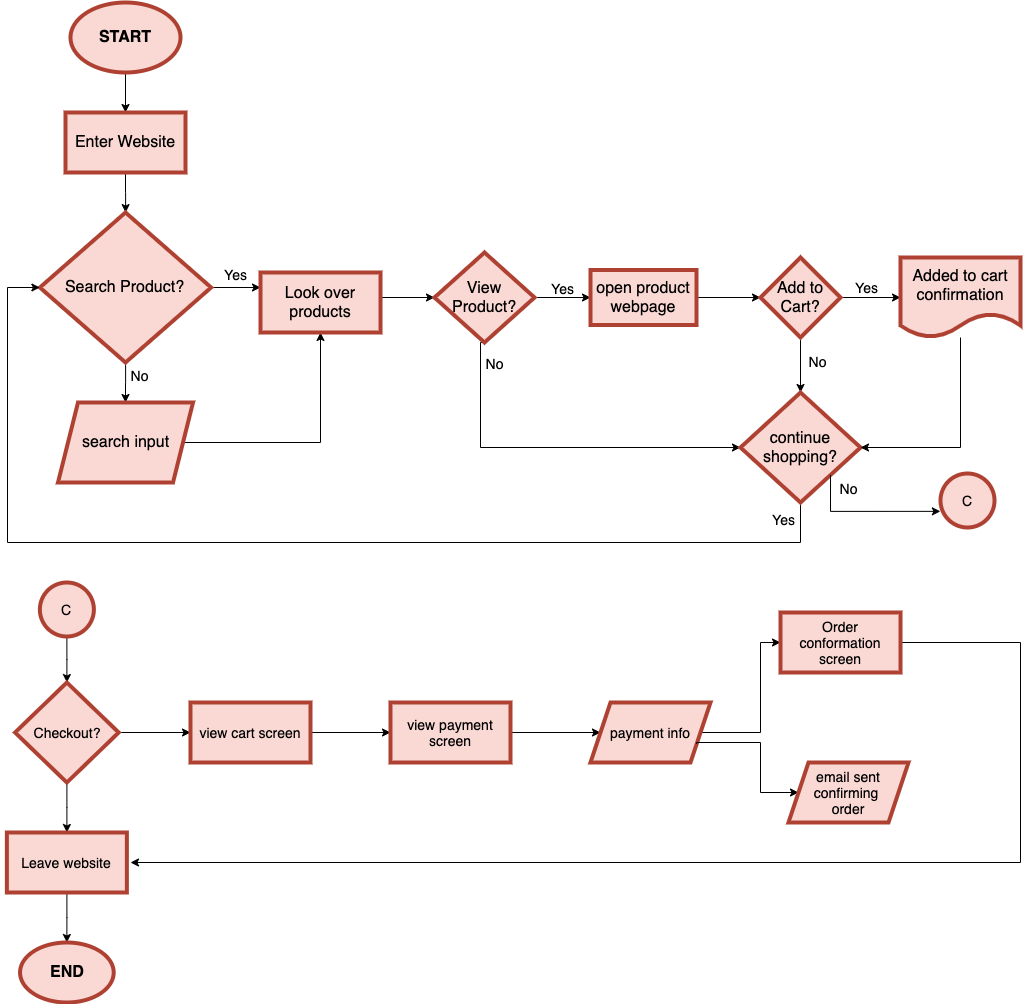
Earlier version of the draw.io export part2/part2.drawio.png (Vishaal1301/wi21-cse110-lab4). Source tidied: cells renumbered, new cells last; positions are measured from the earlier drawing's top-left corner, leaving out a move shared by most shapes.
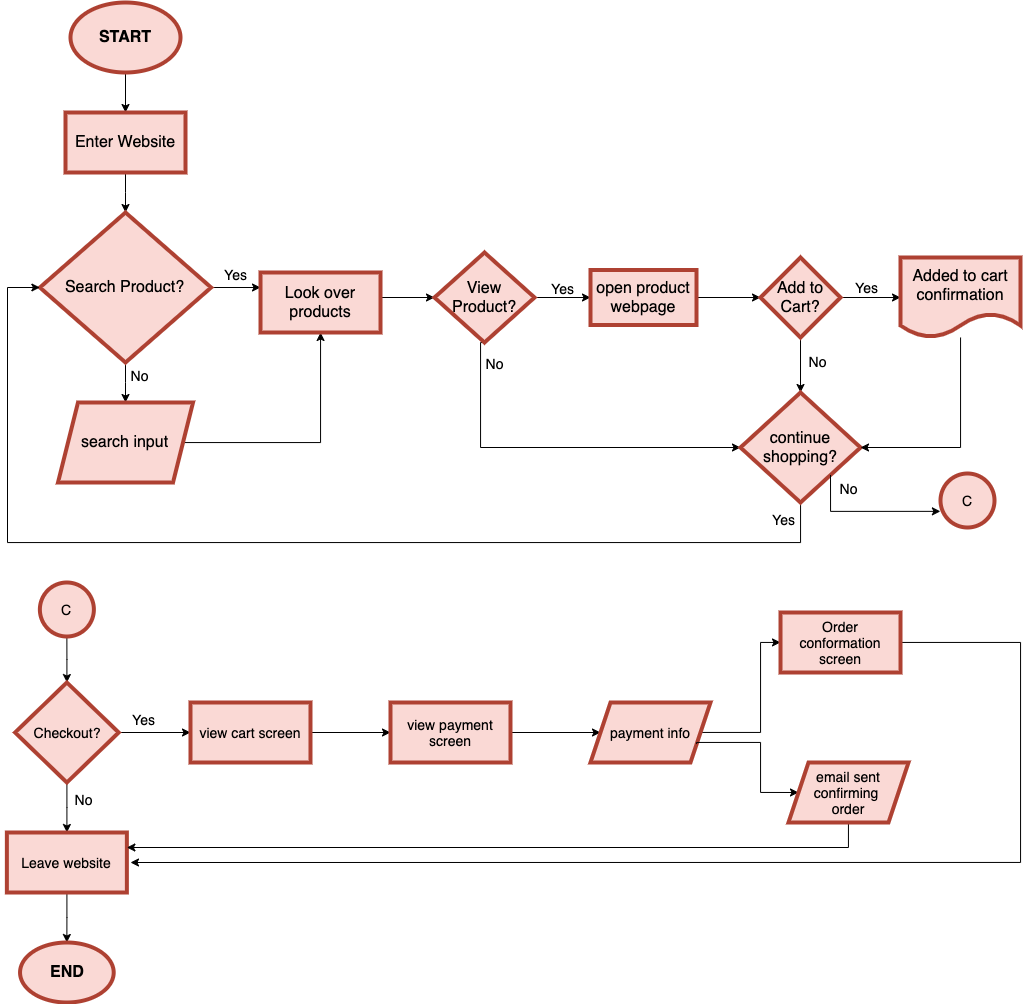
Above is the later version.

Commit message:
fixed mistakes in diagram

What changed in the source:
```diff
@@ -193,8 +193,21 @@
         </Array>
       </mxGeometry>
     </mxCell>
+    <mxCell id="53" style="edgeStyle=orthogonalEdgeStyle;rounded=0;jettySize=auto;html=1;entryX=1;entryY=0.25;entryDx=0;entryDy=0;" parent="1" edge="1" source="52" target="41">
+      <mxGeometry relative="1" as="geometry">
+        <Array as="points">
+          <mxPoint x="842" y="845" />
+        </Array>
+      </mxGeometry>
+    </mxCell>
     <mxCell id="52" value="email sent confirming &lt;br&gt;order" style="shape=parallelogram;perimeter=parallelogramPerimeter;whiteSpace=wrap;html=1;fixedSize=1;fontSize=14;fontColor=#000000;strokeColor=#ae4132;strokeWidth=4;fillColor=#fad9d5;" parent="1" vertex="1">
       <mxGeometry x="782" y="760" width="120" height="60" as="geometry" />
     </mxCell>
+    <mxCell id="54" value="Yes" style="text;strokeColor=none;fillColor=none;html=1;fontSize=14;fontStyle=0;verticalAlign=middle;align=center;" parent="1" vertex="1">
+      <mxGeometry x="127" y="716" width="20" as="geometry" />
+    </mxCell>
+    <mxCell id="55" value="No" style="text;strokeColor=none;fillColor=none;html=1;fontSize=14;fontStyle=0;verticalAlign=middle;align=center;" parent="1" vertex="1">
+      <mxGeometry x="67" y="796" width="20" as="geometry" />
+    </mxCell>
   </root>
 </mxGraphModel>
```
